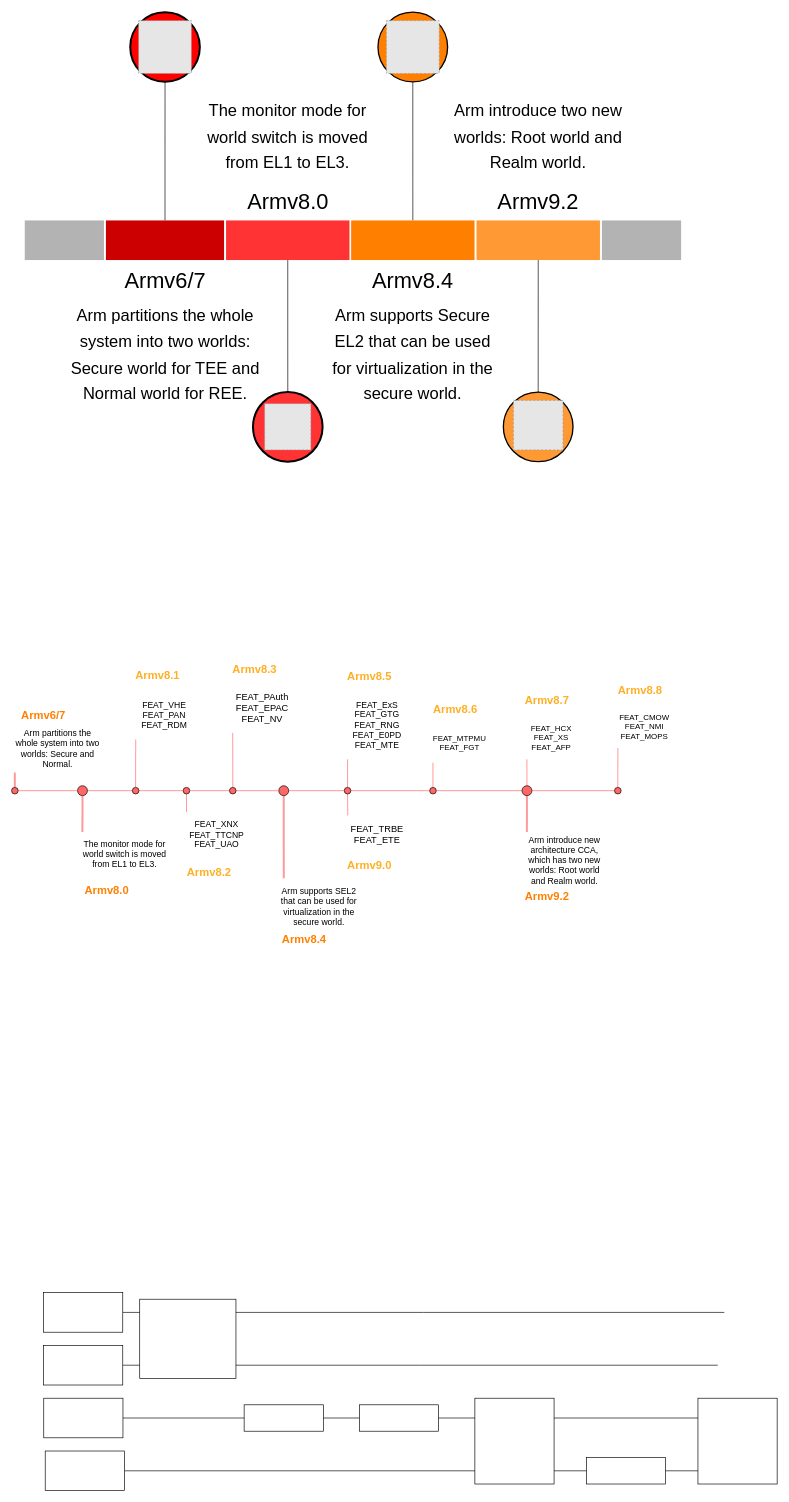
This is timeline.drawio from EdisonE3/vue_learn, a draw.io file, before an edit. Source tidied: cells renumbered, new cells numbered last; positions are measured from the earlier drawing's top-left corner, leaving out a move shared by most shapes. Both pictures are drawn from the tidied source at 66%, with x=0, y=0 at pixel (11, 12). Pictures stored in the file or linked from it are replaced by grey dashed boxes.
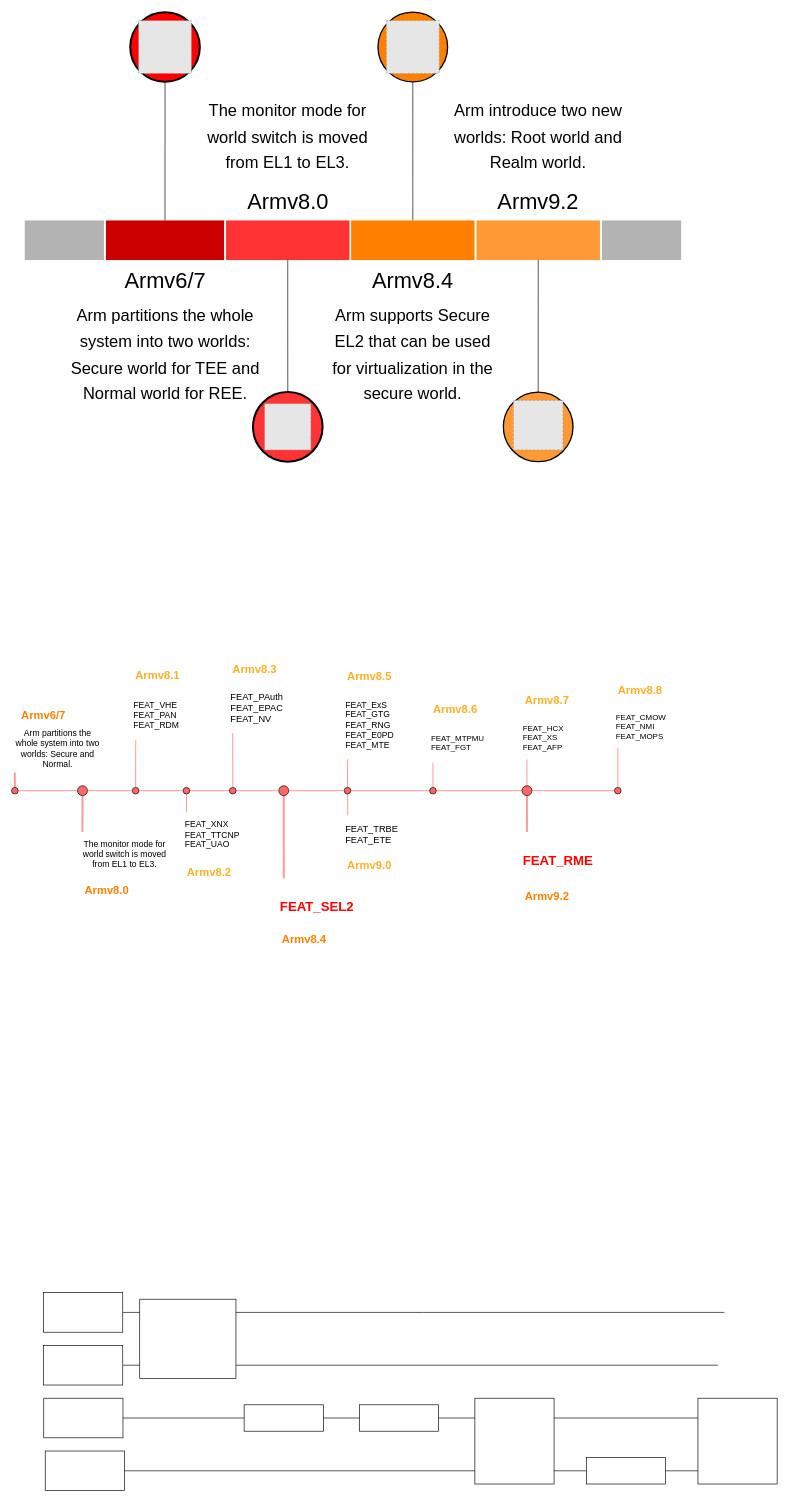
The same page after the edit.

The edit, as a diff of the source:
```diff
@@
-    <mxCell id="58" value="&lt;font style=&quot;font-size: 13px;&quot;&gt;FEAT_VHE&lt;br&gt;FEAT_PAN&lt;br&gt;FEAT_RDM&lt;/font&gt;" style="rounded=0;whiteSpace=wrap;html=1;fillColor=none;align=center;strokeColor=none;" parent="1" vertex="1">
+    <mxCell id="58" value="&lt;font style=&quot;font-size: 13px;&quot;&gt;FEAT_VHE&lt;br&gt;FEAT_PAN&lt;br&gt;FEAT_RDM&lt;/font&gt;" style="rounded=0;whiteSpace=wrap;html=1;fillColor=none;align=left;strokeColor=none;" parent="1" vertex="1">
       <mxGeometry x="183" y="1035" width="97" height="60" as="geometry" />
     </mxCell>
@@
-    <mxCell id="60" value="&lt;font style=&quot;font-size: 13px;&quot;&gt;FEAT_XNX&lt;br&gt;FEAT_TTCNP&lt;br&gt;FEAT_UAO&lt;/font&gt;" style="rounded=0;whiteSpace=wrap;html=1;fillColor=none;strokeColor=none;" parent="1" vertex="1">
+    <mxCell id="60" value="&lt;font style=&quot;font-size: 13px;&quot;&gt;FEAT_XNX&lt;br&gt;FEAT_TTCNP&lt;br&gt;FEAT_UAO&lt;/font&gt;" style="rounded=0;whiteSpace=wrap;html=1;fillColor=none;strokeColor=none;align=left;" parent="1" vertex="1">
       <mxGeometry x="260.5" y="1217" width="99.5" height="58" as="geometry" />
     </mxCell>
-    <mxCell id="61" value="&lt;font style=&quot;font-size: 14px;&quot;&gt;FEAT_PAuth&lt;br&gt;FEAT_EPAC&lt;br&gt;FEAT_NV&lt;/font&gt;" style="rounded=0;whiteSpace=wrap;html=1;fillColor=none;strokeColor=none;" parent="1" vertex="1">
+    <mxCell id="61" value="&lt;font style=&quot;font-size: 14px;&quot;&gt;FEAT_PAuth&lt;br&gt;FEAT_EPAC&lt;br&gt;FEAT_NV&lt;/font&gt;" style="rounded=0;whiteSpace=wrap;html=1;fillColor=none;strokeColor=none;align=left;" parent="1" vertex="1">
       <mxGeometry x="330.2" y="1024" width="99.8" height="60" as="geometry" />
     </mxCell>
-    <mxCell id="62" value="Arm supports SEL2 that can be used for virtualization in the secure world." style="rounded=0;whiteSpace=wrap;html=1;fillColor=none;strokeColor=none;fontSize=13;" parent="1" vertex="1">
+    <mxCell id="62" value="&lt;font style=&quot;font-size: 20px;&quot;&gt;FEAT_SEL2&lt;/font&gt;" style="rounded=0;whiteSpace=wrap;html=1;fillColor=none;strokeColor=none;fontSize=13;align=left;fontStyle=1;fontColor=#FF0000;" parent="1" vertex="1">
       <mxGeometry x="404.9" y="1322" width="122.1" height="65" as="geometry" />
     </mxCell>
-    <mxCell id="63" value="&lt;font style=&quot;font-size: 13px;&quot;&gt;FEAT_ExS&lt;br&gt;FEAT_GTG&lt;br&gt;FEAT_RNG&lt;br&gt;FEAT_E0PD&lt;br&gt;FEAT_MTE&lt;br&gt;&lt;/font&gt;" style="rounded=0;whiteSpace=wrap;html=1;fillColor=none;strokeColor=none;" parent="1" vertex="1">
+    <mxCell id="63" value="&lt;font style=&quot;font-size: 13px;&quot;&gt;FEAT_ExS&lt;br&gt;FEAT_GTG&lt;br&gt;FEAT_RNG&lt;br&gt;FEAT_E0PD&lt;br&gt;FEAT_MTE&lt;br&gt;&lt;/font&gt;" style="rounded=0;whiteSpace=wrap;html=1;fillColor=none;strokeColor=none;align=left;" parent="1" vertex="1">
       <mxGeometry x="504.1" y="1035" width="100" height="89" as="geometry" />
     </mxCell>
-    <mxCell id="64" value="FEAT_MTPMU&lt;br&gt;FEAT_FGT" style="rounded=0;whiteSpace=wrap;html=1;fillColor=none;strokeColor=none;" parent="1" vertex="1">
+    <mxCell id="64" value="FEAT_MTPMU&lt;br&gt;FEAT_FGT" style="rounded=0;whiteSpace=wrap;html=1;fillColor=none;strokeColor=none;align=left;" parent="1" vertex="1">
       <mxGeometry x="633.5" y="1087" width="90" height="39" as="geometry" />
     </mxCell>
-    <mxCell id="65" value="FEAT_HCX&lt;br&gt;FEAT_XS&lt;br&gt;FEAT_AFP" style="rounded=0;whiteSpace=wrap;html=1;fillColor=none;strokeColor=none;" parent="1" vertex="1">
+    <mxCell id="65" value="FEAT_HCX&lt;br&gt;FEAT_XS&lt;br&gt;FEAT_AFP" style="rounded=0;whiteSpace=wrap;html=1;fillColor=none;strokeColor=none;align=left;" parent="1" vertex="1">
       <mxGeometry x="773.4" y="1073" width="90" height="51" as="geometry" />
     </mxCell>
-    <mxCell id="66" value="Arm introduce new architecture CCA, which has two new worlds: Root world and Realm world." style="rounded=0;whiteSpace=wrap;html=1;fillColor=none;strokeColor=none;fontSize=13;" parent="1" vertex="1">
+    <mxCell id="66" value="&lt;font style=&quot;font-size: 20px;&quot;&gt;FEAT_RME&lt;/font&gt;" style="rounded=0;whiteSpace=wrap;html=1;fillColor=none;strokeColor=none;fontSize=13;align=left;fontStyle=1;fontColor=#FF0000;" parent="1" vertex="1">
       <mxGeometry x="773.4" y="1247" width="130.1" height="75" as="geometry" />
     </mxCell>
@@
-    <mxCell id="75" value="&lt;font style=&quot;font-size: 14px;&quot;&gt;FEAT_TRBE&lt;br&gt;FEAT_ETE&lt;br&gt;&lt;/font&gt;" style="rounded=0;whiteSpace=wrap;html=1;fillColor=none;strokeColor=none;" parent="1" vertex="1">
+    <mxCell id="75" value="&lt;font style=&quot;font-size: 14px;&quot;&gt;FEAT_TRBE&lt;br&gt;FEAT_ETE&lt;br&gt;&lt;/font&gt;" style="rounded=0;whiteSpace=wrap;html=1;fillColor=none;strokeColor=none;align=left;" parent="1" vertex="1">
       <mxGeometry x="504.1" y="1225" width="99.8" height="42" as="geometry" />
     </mxCell>
@@
-    <mxCell id="82" value="FEAT_CMOW&lt;br&gt;FEAT_NMI&lt;br&gt;FEAT_MOPS" style="rounded=0;whiteSpace=wrap;html=1;fillColor=none;strokeColor=none;" parent="1" vertex="1">
+    <mxCell id="82" value="FEAT_CMOW&lt;br&gt;FEAT_NMI&lt;br&gt;FEAT_MOPS" style="rounded=0;whiteSpace=wrap;html=1;fillColor=none;strokeColor=none;align=left;" parent="1" vertex="1">
       <mxGeometry x="913.6" y="1057" width="90" height="51" as="geometry" />
     </mxCell>
```
